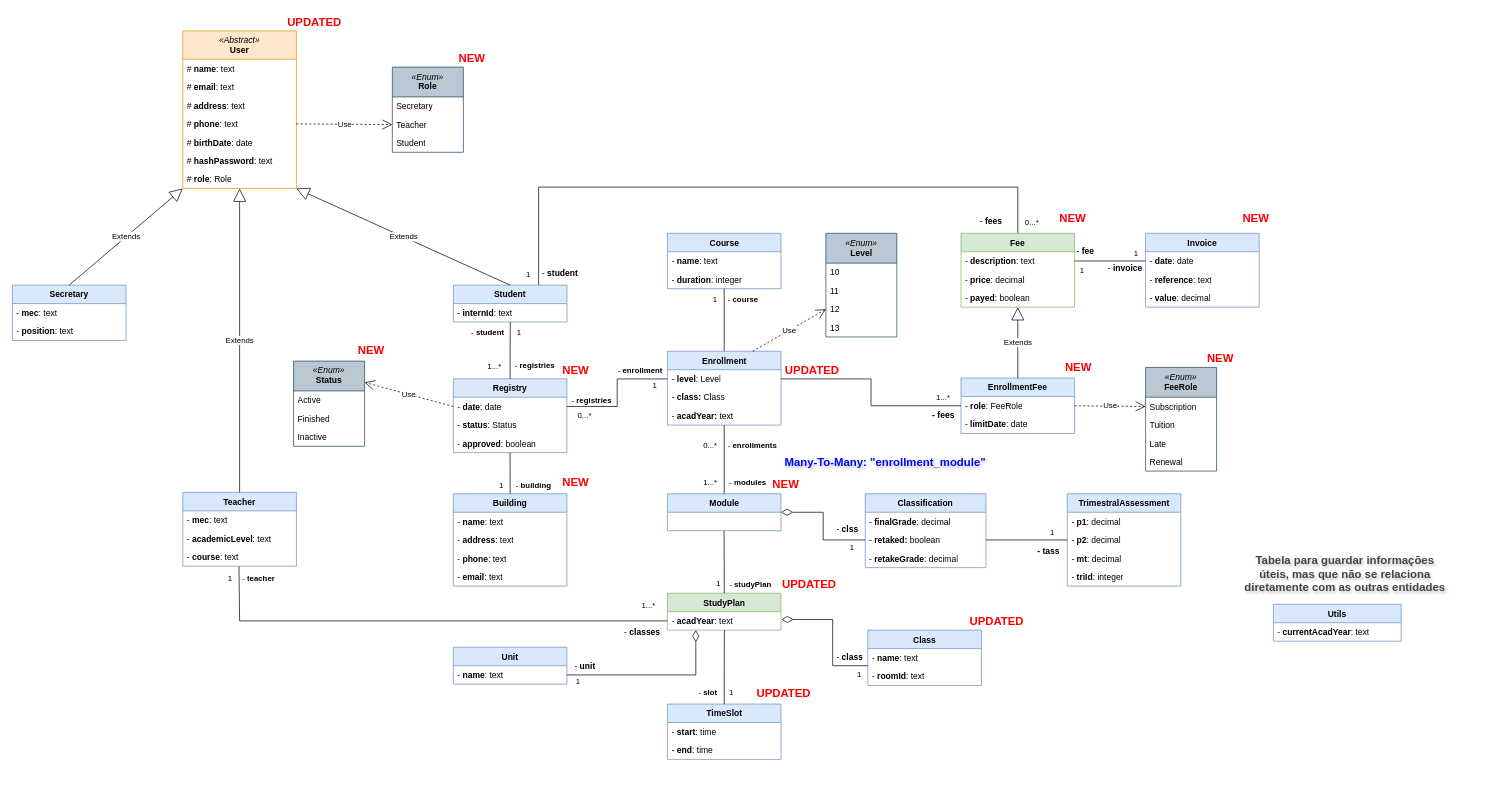
Earlier version of the draw.io diagram editables/data-model.drawio (Joaquim-Claudio/Imptel-Online_P.D.S-2024-2025). Source tidied: cells renumbered, new cells numbered last; positions are measured from the earlier drawing's top-left corner, leaving out a move shared by most shapes. Both pictures are drawn from the tidied source at 71%, with x=0, y=0 at pixel (12, 12).
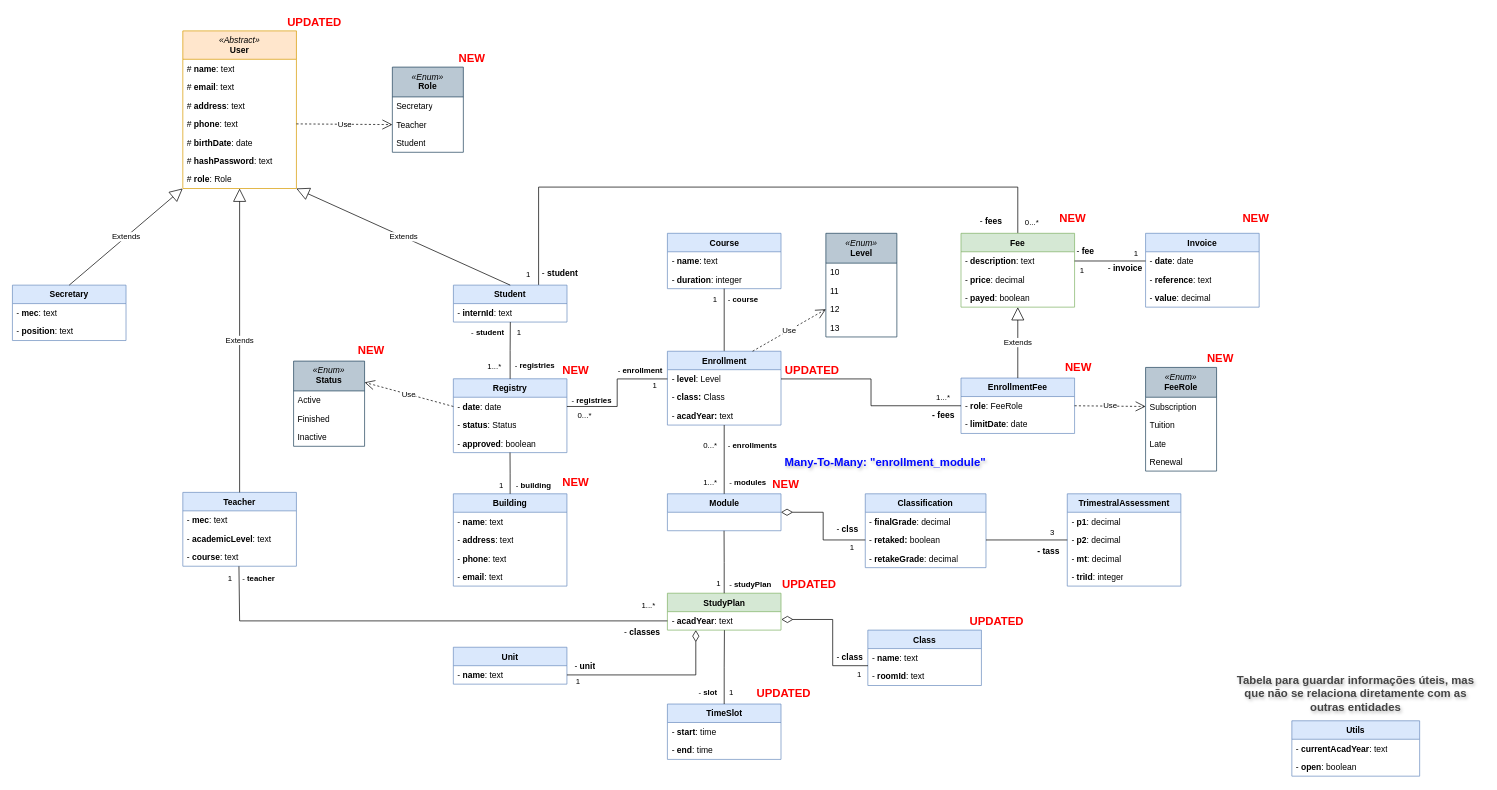
Above is the later version.

The edit, as a diff of the source:
```diff
@@
-    <mxCell id="53" value="1" style="edgeLabel;html=1;align=right;verticalAlign=bottom;" parent="1" vertex="1">
+    <mxCell id="53" value="3" style="edgeLabel;html=1;align=right;verticalAlign=bottom;" parent="1" vertex="1">
       <mxGeometry x="1467.7" y="740" as="geometry" />
     </mxCell>
@@
     <mxCell id="163" value="Utils" style="swimlane;fontStyle=1;align=center;verticalAlign=top;horizontal=1;startSize=26;whiteSpace=wrap;html=1;fillColor=#dae8fc;strokeColor=#6c8ebf;" parent="1" vertex="1">
-      <mxGeometry x="1776" y="833.6" width="180" height="52" as="geometry" />
+      <mxGeometry x="1802" y="997.7" width="180" height="78" as="geometry" />
     </mxCell>
@@
+    <mxCell id="167" value="- &lt;b&gt;open&lt;/b&gt;: boolean" style="text;strokeColor=none;fillColor=none;align=left;verticalAlign=top;spacingLeft=4;spacingRight=4;overflow=hidden;whiteSpace=wrap;html=1;" parent="163" vertex="1">
+      <mxGeometry y="52" width="180" height="26" as="geometry" />
+    </mxCell>
     <mxCell id="165" value="Tabela para guardar informações úteis, mas que não se relaciona diretamente com as outras entidades" style="text;align=center;fontStyle=1;verticalAlign=middle;spacingLeft=3;spacingRight=3;html=1;fontColor=#454545;fontSize=16;textShadow=1;whiteSpace=wrap;" parent="1" vertex="1">
-      <mxGeometry x="1730" y="756" width="293.5" height="70" as="geometry" />
+      <mxGeometry x="1710" y="924.1" width="364" height="70" as="geometry" />
     </mxCell>
```
